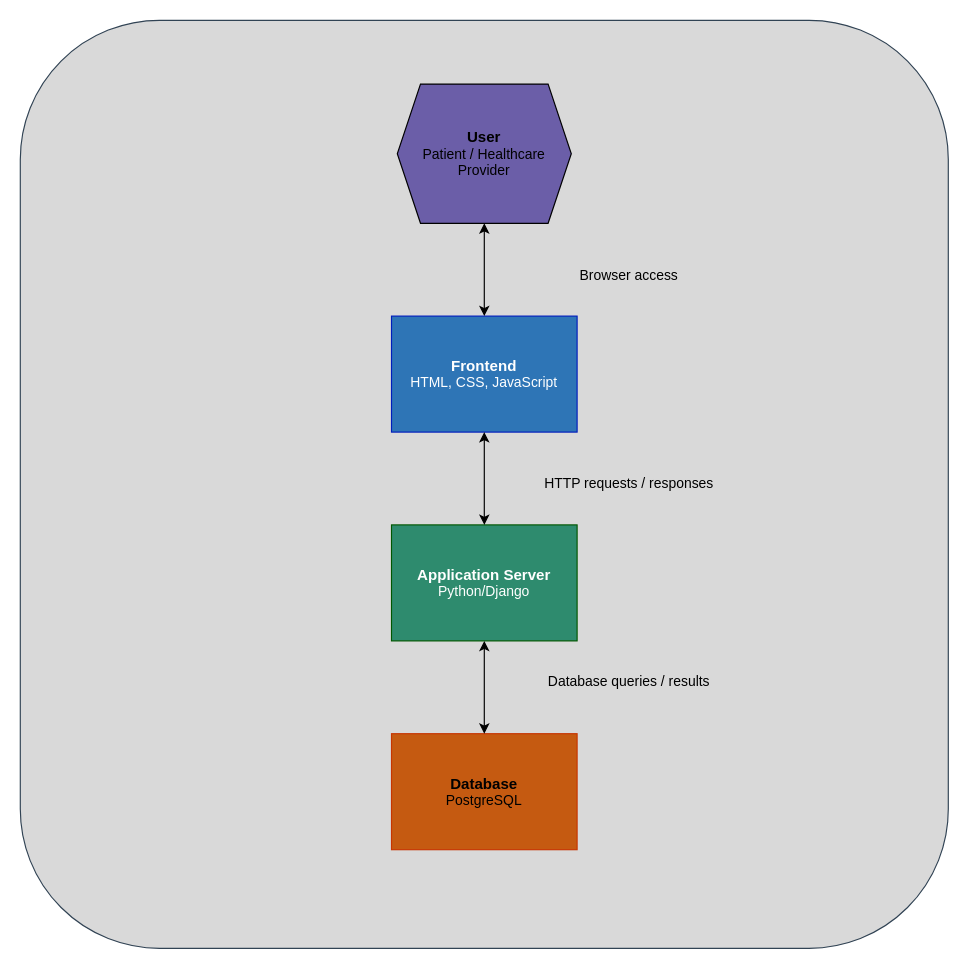
This is DevOps_Figure_1.drawio from Matasem-h/SimpleFlowcharts, a draw.io file, before an edit. Source tidied: cells renumbered, new cells numbered last; positions are measured from the earlier drawing's top-left corner, leaving out a move shared by most shapes. Both pictures are drawn from the tidied source at 116%, with x=0, y=0 at pixel (20, 20).
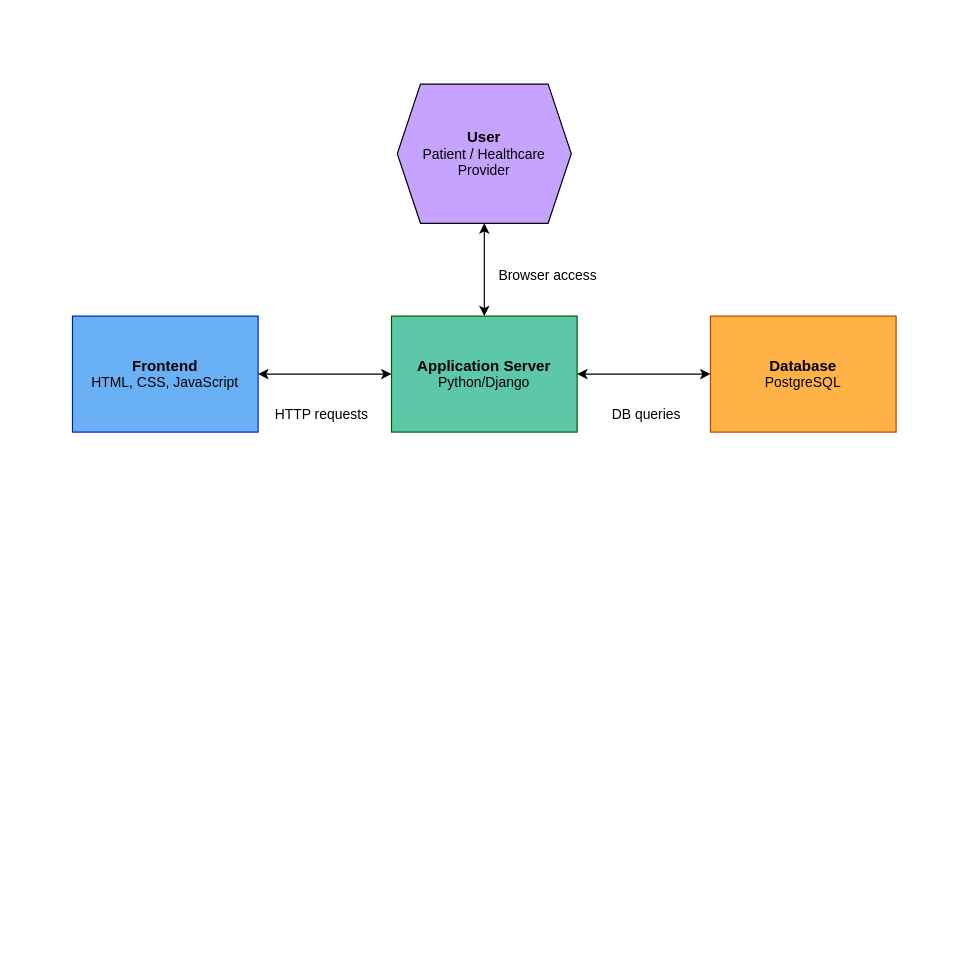
The same page after the edit.

Diff of the diagram source:
```diff
@@
 <mxGraphModel>
   <root>
     <mxCell id="0" />
     <mxCell id="1" parent="0" />
-    <mxCell id="2" style="rounded=1;whiteSpace=wrap;html=1;fillColor=light-dark(#D9D9D9,#D9D9D9);strokeColor=#314354;fontColor=#ffffff;" parent="1" vertex="1">
-      <mxGeometry width="800" height="800" as="geometry" />
-    </mxCell>
-    <mxCell id="3" value="&lt;div&gt;&lt;b&gt;&lt;font style=&quot;font-size: 13px;&quot;&gt;Frontend&lt;/font&gt;&lt;/b&gt;&lt;/div&gt;&lt;div&gt;HTML, CSS, JavaScript&lt;/div&gt;" style="rounded=0;whiteSpace=wrap;html=1;fillColor=light-dark(#2E75B6,#2E75B6);fontColor=#ffffff;strokeColor=#001DBC;" parent="1" vertex="1">
-      <mxGeometry x="320" y="255" width="160" height="100" as="geometry" />
+    <mxCell id="3" value="&lt;div&gt;&lt;b&gt;&lt;font style=&quot;font-size: 13px;&quot;&gt;Frontend&lt;/font&gt;&lt;/b&gt;&lt;/div&gt;&lt;div&gt;HTML, CSS, JavaScript&lt;/div&gt;" style="rounded=0;whiteSpace=wrap;html=1;fillColor=#6AB0F5;fontColor=#000000;strokeColor=#001DBC;" parent="1" vertex="1">
+      <mxGeometry x="45" y="255" width="160" height="100" as="geometry" />
     </mxCell>
-    <mxCell id="4" value="&lt;div&gt;&lt;b&gt;&lt;font style=&quot;font-size: 13px;&quot;&gt;Database&lt;/font&gt;&lt;/b&gt;&lt;/div&gt;&lt;div&gt;PostgreSQL&lt;/div&gt;" style="rounded=0;whiteSpace=wrap;html=1;fillColor=light-dark(#C55A11,#C55A11);fontColor=#000000;strokeColor=#C73500;" parent="1" vertex="1">
-      <mxGeometry x="320" y="615" width="160" height="100" as="geometry" />
+    <mxCell id="4" value="&lt;div&gt;&lt;b&gt;&lt;font style=&quot;font-size: 13px;&quot;&gt;Database&lt;/font&gt;&lt;/b&gt;&lt;/div&gt;&lt;div&gt;PostgreSQL&lt;/div&gt;" style="rounded=0;whiteSpace=wrap;html=1;fillColor=#FFB347;fontColor=#000000;strokeColor=#C73500;" parent="1" vertex="1">
+      <mxGeometry x="595" y="255" width="160" height="100" as="geometry" />
     </mxCell>
-    <mxCell id="5" value="&lt;div&gt;&lt;font style=&quot;font-size: 13px;&quot;&gt;&lt;b&gt;Application Server&lt;/b&gt;&lt;/font&gt;&lt;/div&gt;&lt;div&gt;Python/Django&lt;/div&gt;" style="rounded=0;whiteSpace=wrap;html=1;fillColor=light-dark(#2E8B6E,#2E8B6E);fontColor=#ffffff;strokeColor=#005700;" parent="1" vertex="1">
-      <mxGeometry x="320" y="435" width="160" height="100" as="geometry" />
+    <mxCell id="5" value="&lt;div&gt;&lt;font style=&quot;font-size: 13px;&quot;&gt;&lt;b&gt;Application Server&lt;/b&gt;&lt;/font&gt;&lt;/div&gt;&lt;div&gt;Python/Django&lt;/div&gt;" style="rounded=0;whiteSpace=wrap;html=1;fillColor=#5CC8A8;fontColor=#000000;strokeColor=#005700;" parent="1" vertex="1">
+      <mxGeometry x="320" y="255" width="160" height="100" as="geometry" />
     </mxCell>
-    <mxCell id="6" value="&lt;div&gt;&lt;font style=&quot;font-size: 13px;&quot;&gt;&lt;b&gt;User&lt;/b&gt;&lt;/font&gt;&lt;/div&gt;&lt;div&gt;Patient / Healthcare Provider&lt;/div&gt;" style="shape=hexagon;perimeter=hexagonPerimeter2;whiteSpace=wrap;html=1;fixedSize=1;fillColor=light-dark(#6B5EA8,#6B5EA8);" parent="1" vertex="1">
+    <mxCell id="6" value="&lt;div&gt;&lt;font style=&quot;font-size: 13px;&quot;&gt;&lt;b&gt;User&lt;/b&gt;&lt;/font&gt;&lt;/div&gt;&lt;div&gt;Patient / Healthcare Provider&lt;/div&gt;" style="shape=hexagon;perimeter=hexagonPerimeter2;whiteSpace=wrap;html=1;fixedSize=1;fillColor=#C5A3FF;fontColor=#000000;" parent="1" vertex="1">
       <mxGeometry x="325" y="55" width="150" height="120" as="geometry" />
     </mxCell>
-    <mxCell id="7" style="endArrow=classic;startArrow=classic;html=1;rounded=0;entryX=0.5;entryY=1;entryDx=0;entryDy=0;exitX=0.5;exitY=0;exitDx=0;exitDy=0;" parent="1" edge="1" source="3" target="6">
+    <mxCell id="7" style="endArrow=classic;startArrow=classic;html=1;rounded=0;entryX=0.5;entryY=1;entryDx=0;entryDy=0;exitX=0.5;exitY=0;exitDx=0;exitDy=0;" parent="1" edge="1" source="5" target="6">
       <mxGeometry relative="1" as="geometry" />
     </mxCell>
-    <mxCell id="8" style="endArrow=classic;startArrow=classic;html=1;rounded=0;entryX=0.5;entryY=1;entryDx=0;entryDy=0;exitX=0.5;exitY=0;exitDx=0;exitDy=0;" parent="1" edge="1" source="4" target="5">
+    <mxCell id="8" style="endArrow=classic;startArrow=classic;html=1;rounded=0;entryX=1;entryY=0.5;entryDx=0;entryDy=0;exitX=0;exitY=0.5;exitDx=0;exitDy=0;" parent="1" edge="1" source="4" target="5">
       <mxGeometry relative="1" as="geometry" />
     </mxCell>
-    <mxCell id="9" style="endArrow=classic;startArrow=classic;html=1;rounded=0;entryX=0.5;entryY=0;entryDx=0;entryDy=0;exitX=0.5;exitY=1;exitDx=0;exitDy=0;" parent="1" edge="1" source="3" target="5">
-      <mxGeometry relative="1" as="geometry" />
+    <mxCell id="9" style="endArrow=classic;startArrow=classic;html=1;rounded=0;exitX=1;exitY=0.5;exitDx=0;exitDy=0;entryX=0;entryY=0.5;entryDx=0;entryDy=0;" parent="1" edge="1" source="3" target="5">
+      <mxGeometry relative="1" as="geometry">
+        <Array as="points">
+          <mxPoint x="275" y="305" />
+        </Array>
+      </mxGeometry>
     </mxCell>
     <mxCell id="10" value="&lt;div align=&quot;center&quot;&gt;Browser access&lt;/div&gt;" style="text;html=1;whiteSpace=wrap;strokeColor=none;fillColor=none;align=center;verticalAlign=middle;rounded=0;" parent="1" vertex="1">
-      <mxGeometry x="425" y="205" width="200" height="30" as="geometry" />
+      <mxGeometry x="405" y="205" width="100" height="30" as="geometry" />
     </mxCell>
-    <mxCell id="11" value="&lt;div align=&quot;center&quot;&gt;HTTP requests / responses&lt;/div&gt;" style="text;html=1;whiteSpace=wrap;strokeColor=none;fillColor=none;align=center;verticalAlign=middle;rounded=0;" parent="1" vertex="1">
-      <mxGeometry x="425" y="385" width="200" height="30" as="geometry" />
+    <mxCell id="11" value="&lt;div align=&quot;center&quot;&gt;HTTP requests&lt;/div&gt;" style="text;html=1;whiteSpace=wrap;strokeColor=none;fillColor=none;align=center;verticalAlign=middle;rounded=0;" parent="1" vertex="1">
+      <mxGeometry x="215" y="325" width="90" height="30" as="geometry" />
     </mxCell>
-    <mxCell id="12" value="&lt;div align=&quot;center&quot;&gt;Database queries / results&lt;/div&gt;" style="text;html=1;whiteSpace=wrap;strokeColor=none;fillColor=none;align=center;verticalAlign=middle;rounded=0;" parent="1" vertex="1">
-      <mxGeometry x="425" y="555" width="200" height="30" as="geometry" />
+    <mxCell id="12" value="&lt;div align=&quot;center&quot;&gt;DB queries&lt;/div&gt;" style="text;html=1;whiteSpace=wrap;strokeColor=none;fillColor=none;align=center;verticalAlign=middle;rounded=0;" parent="1" vertex="1">
+      <mxGeometry x="505" y="325" width="70" height="30" as="geometry" />
     </mxCell>
   </root>
 </mxGraphModel>
```
